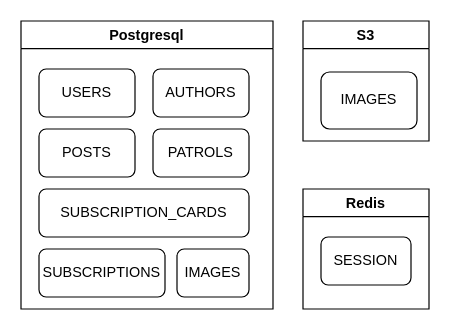
Earlier version of the draw.io diagram hl.drawio (leonard-pak/technopark-highload-coursework). Source tidied: cells renumbered, new cells numbered last; positions are measured from the earlier drawing's top-left corner, leaving out a move shared by most shapes. Both pictures are drawn from the tidied source at 120%, with x=0, y=0 at pixel (20, 20).
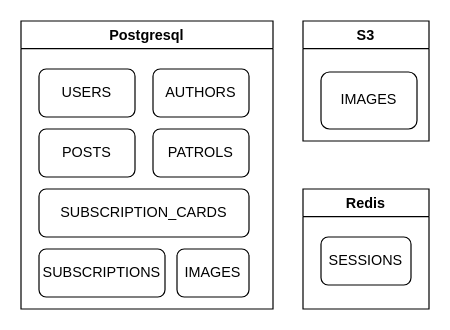
The same page after the edit.

Diff of the diagram source:
```diff
@@
 <mxGraphModel>
   <root>
     <mxCell id="0" />
     <mxCell id="1" parent="0" />
     <mxCell id="2" value="S3" style="swimlane;whiteSpace=wrap;html=1;" parent="1" vertex="1">
       <mxGeometry x="235" width="105" height="100" as="geometry" />
     </mxCell>
     <mxCell id="3" value="IMAGES" style="rounded=1;whiteSpace=wrap;html=1;" parent="2" vertex="1">
       <mxGeometry x="15" y="42.5" width="80" height="47.5" as="geometry" />
     </mxCell>
     <mxCell id="4" value="Redis" style="swimlane;whiteSpace=wrap;html=1;" parent="1" vertex="1">
       <mxGeometry x="235" y="140" width="105" height="100" as="geometry" />
     </mxCell>
-    <mxCell id="5" value="SESSION" style="rounded=1;whiteSpace=wrap;html=1;" parent="4" vertex="1">
+    <mxCell id="5" value="SESSIONS" style="rounded=1;whiteSpace=wrap;html=1;" parent="4" vertex="1">
       <mxGeometry x="15" y="40" width="75" height="40" as="geometry" />
     </mxCell>
     <mxCell id="6" value="Postgresql" style="swimlane;whiteSpace=wrap;html=1;glass=0;fillStyle=auto;fixDash=0;backgroundOutline=0;comic=0;enumerate=0;separatorColor=none;noLabel=0;" parent="1" vertex="1">
       <mxGeometry width="210" height="240" as="geometry" />
     </mxCell>
     <mxCell id="7" value="USERS" style="rounded=1;whiteSpace=wrap;html=1;" parent="6" vertex="1">
       <mxGeometry x="15" y="40" width="80" height="40" as="geometry" />
     </mxCell>
     <mxCell id="8" value="AUTHORS" style="rounded=1;whiteSpace=wrap;html=1;" parent="6" vertex="1">
       <mxGeometry x="110" y="40" width="80" height="40" as="geometry" />
     </mxCell>
     <mxCell id="9" value="POSTS" style="rounded=1;whiteSpace=wrap;html=1;" parent="6" vertex="1">
       <mxGeometry x="15" y="90" width="80" height="40" as="geometry" />
     </mxCell>
     <mxCell id="10" value="SUBSCRIPTIONS" style="rounded=1;whiteSpace=wrap;html=1;" parent="6" vertex="1">
       <mxGeometry x="15" y="190" width="105" height="40" as="geometry" />
     </mxCell>
     <mxCell id="11" value="PATROLS" style="rounded=1;whiteSpace=wrap;html=1;" parent="6" vertex="1">
       <mxGeometry x="110" y="90" width="80" height="40" as="geometry" />
     </mxCell>
     <mxCell id="12" value="SUBSCRIPTION_CARDS" style="rounded=1;whiteSpace=wrap;html=1;" parent="6" vertex="1">
       <mxGeometry x="15" y="140" width="175" height="40" as="geometry" />
     </mxCell>
     <mxCell id="13" value="IMAGES" style="rounded=1;whiteSpace=wrap;html=1;" parent="6" vertex="1">
       <mxGeometry x="130" y="190" width="60" height="40" as="geometry" />
     </mxCell>
   </root>
 </mxGraphModel>
```
